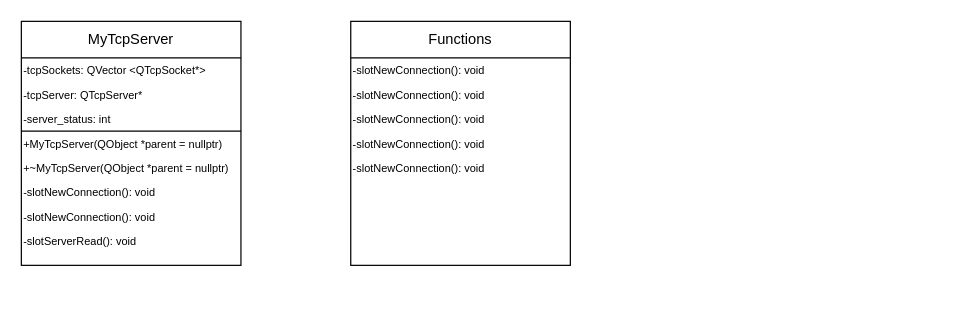
Above: Диаграмма без названия.drawio in Rulemore/temp (draw.io), before the change. Source tidied: cells renumbered, new cells numbered last; positions are measured from the earlier drawing's top-left corner, leaving out a move shared by most shapes. Both pictures are drawn from the tidied source at 122%, with x=0, y=0 at pixel (21, 21).
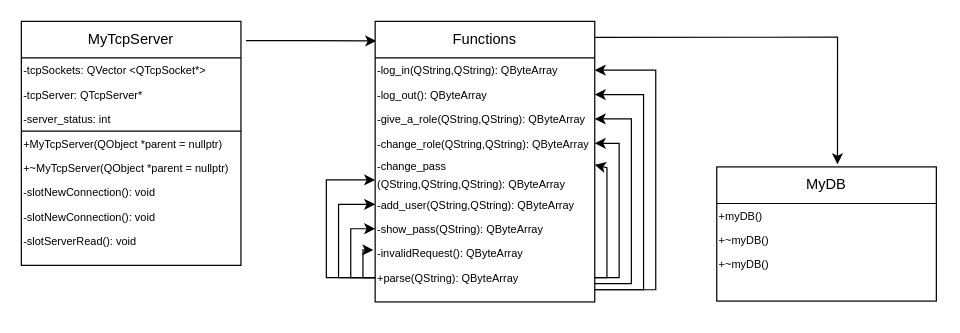
The same page after the edit.

Unchanged cells that the change refers to:
```xml
<mxCell id="2" style="rounded=0;whiteSpace=wrap;html=1;" parent="1" vertex="1">
  <mxGeometry width="180" height="200" as="geometry" />
</mxCell>
```

What changed in the source:
```diff
@@
+    <mxCell id="22" style="edgeStyle=orthogonalEdgeStyle;rounded=0;jettySize=auto;html=1;entryX=0.005;entryY=0.07;entryDx=0;entryDy=0;entryPerimeter=0;exitX=1.023;exitY=0.079;exitDx=0;exitDy=0;exitPerimeter=0;" parent="1" edge="1" source="2" target="14">
+      <mxGeometry relative="1" as="geometry" />
+    </mxCell>
@@
     <mxCell id="14" style="rounded=0;whiteSpace=wrap;html=1;" parent="1" vertex="1">
-      <mxGeometry x="270" width="180" height="200" as="geometry" />
+      <mxGeometry x="290" width="180" height="230" as="geometry" />
     </mxCell>
     <mxCell id="15" value="Functions" style="text;html=1;strokeColor=none;fillColor=none;align=center;verticalAlign=middle;whiteSpace=wrap;rounded=0;" parent="1" vertex="1">
-      <mxGeometry x="290" width="140" height="30" as="geometry" />
+      <mxGeometry x="310" width="140" height="30" as="geometry" />
     </mxCell>
     <mxCell id="16" style="endArrow=none;html=1;rounded=0;exitX=0;exitY=0;exitDx=0;exitDy=0;" parent="1" edge="1">
       <mxGeometry relative="1" as="geometry">
-        <mxPoint x="270" y="30" as="sourcePoint" />
-        <mxPoint x="450" y="30" as="targetPoint" />
+        <mxPoint x="290" y="30" as="sourcePoint" />
+        <mxPoint x="470" y="30" as="targetPoint" />
       </mxGeometry>
     </mxCell>
-    <mxCell id="17" value="&lt;font style=&quot;font-size: 9px;&quot;&gt;-slotNewConnection(): void&lt;/font&gt;" style="text;html=1;strokeColor=none;fillColor=none;align=left;verticalAlign=middle;whiteSpace=wrap;rounded=0;" parent="1" vertex="1">
-      <mxGeometry x="270" y="30" width="180" height="20" as="geometry" />
+    <mxCell id="17" value="&lt;font style=&quot;font-size: 9px;&quot;&gt;-log_in(QString,QString):&amp;nbsp;QByteArray&lt;/font&gt;" style="text;html=1;strokeColor=none;fillColor=none;align=left;verticalAlign=middle;whiteSpace=wrap;rounded=0;" parent="1" vertex="1">
+      <mxGeometry x="290" y="30" width="180" height="20" as="geometry" />
     </mxCell>
-    <mxCell id="18" value="&lt;font style=&quot;font-size: 9px;&quot;&gt;-slotNewConnection(): void&lt;/font&gt;" style="text;html=1;strokeColor=none;fillColor=none;align=left;verticalAlign=middle;whiteSpace=wrap;rounded=0;" parent="1" vertex="1">
-      <mxGeometry x="270" y="50" width="180" height="20" as="geometry" />
-    </mxCell>
-    <mxCell id="19" value="&lt;font style=&quot;font-size: 9px;&quot;&gt;-slotNewConnection(): void&lt;/font&gt;" style="text;html=1;strokeColor=none;fillColor=none;align=left;verticalAlign=middle;whiteSpace=wrap;rounded=0;" parent="1" vertex="1">
-      <mxGeometry x="270" y="70" width="180" height="20" as="geometry" />
-    </mxCell>
-    <mxCell id="20" value="&lt;font style=&quot;font-size: 9px;&quot;&gt;-slotNewConnection(): void&lt;/font&gt;" style="text;html=1;strokeColor=none;fillColor=none;align=left;verticalAlign=middle;whiteSpace=wrap;rounded=0;" parent="1" vertex="1">
-      <mxGeometry x="270" y="90" width="180" height="20" as="geometry" />
-    </mxCell>
-    <mxCell id="21" value="&lt;font style=&quot;font-size: 9px;&quot;&gt;-slotNewConnection(): void&lt;/font&gt;" style="text;html=1;strokeColor=none;fillColor=none;align=left;verticalAlign=middle;whiteSpace=wrap;rounded=0;" parent="1" vertex="1">
-      <mxGeometry x="270" y="110" width="180" height="20" as="geometry" />
-    </mxCell>
+    <mxCell id="23" value="&lt;font style=&quot;font-size: 9px;&quot;&gt;-log_out():&amp;nbsp;QByteArray&lt;/font&gt;" style="text;html=1;strokeColor=none;fillColor=none;align=left;verticalAlign=middle;whiteSpace=wrap;rounded=0;" parent="1" vertex="1">
+      <mxGeometry x="290" y="50" width="180" height="20" as="geometry" />
+    </mxCell>
+    <mxCell id="24" value="&lt;font style=&quot;font-size: 9px;&quot;&gt;-give_a_role(QString,QString):&amp;nbsp;QByteArray&lt;/font&gt;" style="text;html=1;strokeColor=none;fillColor=none;align=left;verticalAlign=middle;whiteSpace=wrap;rounded=0;" parent="1" vertex="1">
+      <mxGeometry x="290" y="70" width="180" height="20" as="geometry" />
+    </mxCell>
+    <mxCell id="25" value="&lt;font style=&quot;font-size: 9px;&quot;&gt;-change_role(QString,QString):&amp;nbsp;QByteArray&lt;/font&gt;" style="text;html=1;strokeColor=none;fillColor=none;align=left;verticalAlign=middle;whiteSpace=wrap;rounded=0;" parent="1" vertex="1">
+      <mxGeometry x="290" y="90" width="180" height="20" as="geometry" />
+    </mxCell>
+    <mxCell id="26" value="&lt;font style=&quot;font-size: 9px;&quot;&gt;-change_pass (QString,QString,QString&lt;span style=&quot;background-color: initial;&quot;&gt;):&amp;nbsp;QByteArray&lt;/span&gt;&lt;br&gt;&lt;/font&gt;" style="text;html=1;strokeColor=none;fillColor=none;align=left;verticalAlign=middle;whiteSpace=wrap;rounded=0;" parent="1" vertex="1">
+      <mxGeometry x="290" y="110" width="180" height="30" as="geometry" />
+    </mxCell>
+    <mxCell id="27" value="&lt;font style=&quot;font-size: 9px;&quot;&gt;-add_user(QString,QString):&amp;nbsp;QByteArray&lt;/font&gt;" style="text;html=1;strokeColor=none;fillColor=none;align=left;verticalAlign=middle;whiteSpace=wrap;rounded=0;" parent="1" vertex="1">
+      <mxGeometry x="290" y="140" width="180" height="20" as="geometry" />
+    </mxCell>
+    <mxCell id="28" value="&lt;font style=&quot;font-size: 9px;&quot;&gt;-show_pass(QString):&amp;nbsp;QByteArray&lt;/font&gt;" style="text;html=1;strokeColor=none;fillColor=none;align=left;verticalAlign=middle;whiteSpace=wrap;rounded=0;" parent="1" vertex="1">
+      <mxGeometry x="290" y="160" width="180" height="20" as="geometry" />
+    </mxCell>
+    <mxCell id="29" value="&lt;font style=&quot;font-size: 9px;&quot;&gt;-invalidRequest():&amp;nbsp;QByteArray&lt;/font&gt;" style="text;html=1;strokeColor=none;fillColor=none;align=left;verticalAlign=middle;whiteSpace=wrap;rounded=0;" parent="1" vertex="1">
+      <mxGeometry x="290" y="180" width="180" height="20" as="geometry" />
+    </mxCell>
+    <mxCell id="30" style="edgeStyle=orthogonalEdgeStyle;rounded=0;jettySize=auto;html=1;entryX=-0.008;entryY=0.367;entryDx=0;entryDy=0;entryPerimeter=0;exitX=0;exitY=0.5;exitDx=0;exitDy=0;" parent="1" edge="1" source="31" target="29">
+      <mxGeometry relative="1" as="geometry">
+        <Array as="points">
+          <mxPoint x="280" y="210" />
+          <mxPoint x="280" y="187" />
+        </Array>
+      </mxGeometry>
+    </mxCell>
+    <mxCell id="31" value="&lt;font style=&quot;font-size: 9px;&quot;&gt;+parse(QString):&amp;nbsp;QByteArray&lt;/font&gt;" style="text;html=1;strokeColor=none;fillColor=none;align=left;verticalAlign=middle;whiteSpace=wrap;rounded=0;" parent="1" vertex="1">
+      <mxGeometry x="290" y="200" width="180" height="20" as="geometry" />
+    </mxCell>
+    <mxCell id="32" style="rounded=0;whiteSpace=wrap;html=1;" parent="1" vertex="1">
+      <mxGeometry x="570" y="119.3" width="180" height="110" as="geometry" />
+    </mxCell>
+    <mxCell id="33" value="MyDB" style="text;html=1;strokeColor=none;fillColor=none;align=center;verticalAlign=middle;whiteSpace=wrap;rounded=0;" parent="1" vertex="1">
+      <mxGeometry x="590" y="119.3" width="140" height="30" as="geometry" />
+    </mxCell>
+    <mxCell id="34" style="endArrow=none;html=1;rounded=0;exitX=0;exitY=0;exitDx=0;exitDy=0;" parent="1" edge="1">
+      <mxGeometry relative="1" as="geometry">
+        <mxPoint x="570" y="149.3" as="sourcePoint" />
+        <mxPoint x="750" y="149.3" as="targetPoint" />
+      </mxGeometry>
+    </mxCell>
+    <mxCell id="35" value="&lt;font style=&quot;font-size: 9px;&quot;&gt;+myDB()&lt;/font&gt;" style="text;html=1;strokeColor=none;fillColor=none;align=left;verticalAlign=middle;whiteSpace=wrap;rounded=0;" parent="1" vertex="1">
+      <mxGeometry x="570" y="149.3" width="180" height="20" as="geometry" />
+    </mxCell>
+    <mxCell id="36" value="&lt;font style=&quot;font-size: 9px;&quot;&gt;+~myDB()&lt;/font&gt;" style="text;html=1;strokeColor=none;fillColor=none;align=left;verticalAlign=middle;whiteSpace=wrap;rounded=0;" parent="1" vertex="1">
+      <mxGeometry x="570" y="169.3" width="180" height="20" as="geometry" />
+    </mxCell>
+    <mxCell id="37" value="&lt;font style=&quot;font-size: 9px;&quot;&gt;+~myDB()&lt;/font&gt;" style="text;html=1;strokeColor=none;fillColor=none;align=left;verticalAlign=middle;whiteSpace=wrap;rounded=0;" parent="1" vertex="1">
+      <mxGeometry x="570" y="189.3" width="180" height="20" as="geometry" />
+    </mxCell>
+    <mxCell id="38" style="edgeStyle=orthogonalEdgeStyle;rounded=0;orthogonalLoop=1;jettySize=auto;html=1;exitX=0.5;exitY=1;exitDx=0;exitDy=0;" parent="1" edge="1" source="32" target="32">
+      <mxGeometry relative="1" as="geometry" />
+    </mxCell>
+    <mxCell id="39" style="endArrow=classic;html=1;rounded=0;exitX=0;exitY=0.5;exitDx=0;exitDy=0;entryX=0;entryY=0.5;entryDx=0;entryDy=0;" parent="1" edge="1" source="31" target="28">
+      <mxGeometry relative="1" as="geometry">
+        <Array as="points">
+          <mxPoint x="270" y="210" />
+          <mxPoint x="270" y="170" />
+        </Array>
+      </mxGeometry>
+    </mxCell>
+    <mxCell id="40" style="endArrow=classic;html=1;rounded=0;exitX=0;exitY=0.5;exitDx=0;exitDy=0;entryX=0;entryY=0.5;entryDx=0;entryDy=0;" parent="1" edge="1" source="31" target="27">
+      <mxGeometry relative="1" as="geometry">
+        <Array as="points">
+          <mxPoint x="260" y="210" />
+          <mxPoint x="260" y="150" />
+        </Array>
+      </mxGeometry>
+    </mxCell>
+    <mxCell id="41" style="endArrow=classic;html=1;rounded=0;entryX=0;entryY=0.667;entryDx=0;entryDy=0;entryPerimeter=0;" parent="1" edge="1" target="26">
+      <mxGeometry relative="1" as="geometry">
+        <mxPoint x="290" y="210" as="sourcePoint" />
+        <Array as="points">
+          <mxPoint x="250" y="210" />
+          <mxPoint x="250" y="130" />
+        </Array>
+      </mxGeometry>
+    </mxCell>
+    <mxCell id="42" style="endArrow=classic;html=1;rounded=0;exitX=1;exitY=0.5;exitDx=0;exitDy=0;entryX=1;entryY=0.25;entryDx=0;entryDy=0;" parent="1" edge="1" source="31" target="26">
+      <mxGeometry relative="1" as="geometry">
+        <Array as="points">
+          <mxPoint x="480" y="210" />
+          <mxPoint x="480" y="120" />
+        </Array>
+      </mxGeometry>
+    </mxCell>
+    <mxCell id="43" style="endArrow=classic;html=1;rounded=0;entryX=1;entryY=0.5;entryDx=0;entryDy=0;exitX=1;exitY=0.5;exitDx=0;exitDy=0;" parent="1" edge="1" source="31" target="25">
+      <mxGeometry relative="1" as="geometry">
+        <Array as="points">
+          <mxPoint x="490" y="210" />
+          <mxPoint x="490" y="100" />
+        </Array>
+      </mxGeometry>
+    </mxCell>
+    <mxCell id="44" style="endArrow=classic;html=1;rounded=0;entryX=1;entryY=0.5;entryDx=0;entryDy=0;exitX=1;exitY=0.75;exitDx=0;exitDy=0;" parent="1" edge="1" source="31" target="24">
+      <mxGeometry relative="1" as="geometry">
+        <Array as="points">
+          <mxPoint x="500" y="215" />
+          <mxPoint x="500" y="80" />
+        </Array>
+      </mxGeometry>
+    </mxCell>
+    <mxCell id="45" style="endArrow=classic;html=1;rounded=0;entryX=1;entryY=0.5;entryDx=0;entryDy=0;" parent="1" edge="1" target="23">
+      <mxGeometry relative="1" as="geometry">
+        <mxPoint x="470" y="220" as="sourcePoint" />
+        <Array as="points">
+          <mxPoint x="510" y="220" />
+          <mxPoint x="510" y="60" />
+        </Array>
+      </mxGeometry>
+    </mxCell>
+    <mxCell id="46" style="endArrow=classic;html=1;rounded=0;entryX=1;entryY=0.5;entryDx=0;entryDy=0;exitX=1;exitY=1;exitDx=0;exitDy=0;" parent="1" edge="1" source="31" target="17">
+      <mxGeometry relative="1" as="geometry">
+        <Array as="points">
+          <mxPoint x="520" y="220" />
+          <mxPoint x="520" y="40" />
+        </Array>
+      </mxGeometry>
+    </mxCell>
+    <mxCell id="47" style="endArrow=classic;html=1;rounded=0;exitX=1.002;exitY=0.057;exitDx=0;exitDy=0;exitPerimeter=0;entryX=0.564;entryY=-0.07;entryDx=0;entryDy=0;entryPerimeter=0;" parent="1" edge="1" source="14" target="33">
+      <mxGeometry relative="1" as="geometry">
+        <Array as="points">
+          <mxPoint x="669" y="13" />
+        </Array>
+      </mxGeometry>
+    </mxCell>
```
